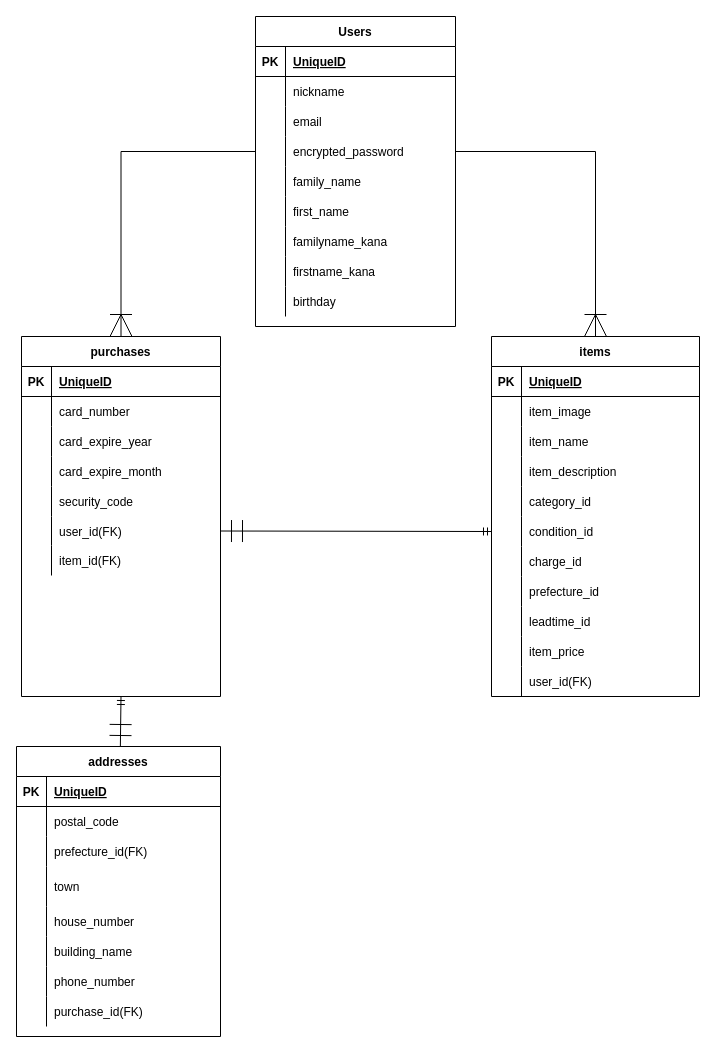
Earlier version of the draw.io diagram furima.dio (yukarikariri/furima-36097). Source tidied: cells renumbered, new cells numbered last; positions are measured from the earlier drawing's top-left corner, leaving out a move shared by most shapes. Both pictures are drawn from the tidied source at 100%, with x=0, y=0 at pixel (16, 16).
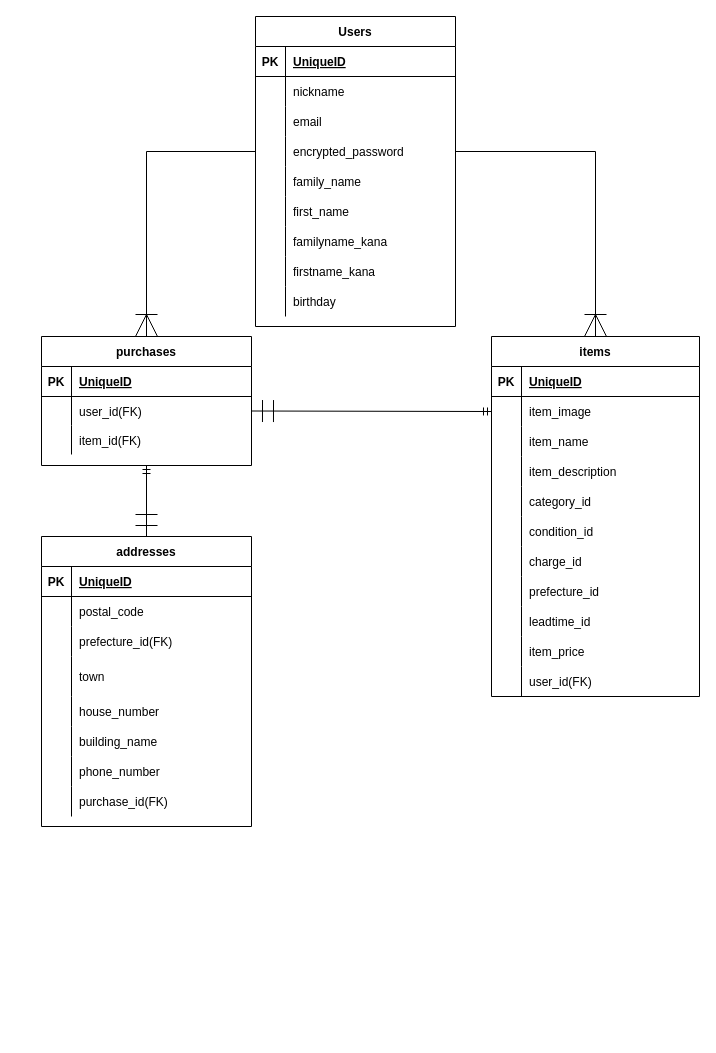
The same page after the edit.

Commit message (it also covers changes not shown here):
データベース設計の指摘修正

Unchanged cells that the change refers to:
```xml
<mxCell id="34" style="shape=partialRectangle;fillColor=none;top=0;left=0;bottom=0;right=0;points=[[0,0.5],[1,0.5]];portConstraint=eastwest;" parent="30" vertex="1">
  <mxGeometry y="60" width="208" height="30" as="geometry" />
</mxCell>
<mxCell id="46" style="shape=partialRectangle;fillColor=none;top=0;left=0;bottom=0;right=0;points=[[0,0.5],[1,0.5]];portConstraint=eastwest;" parent="30" vertex="1">
  <mxGeometry y="180" width="208" height="30" as="geometry" />
</mxCell>
```

Change to the diagram source:
```diff
@@
     <mxCell id="64" value="addresses" style="shape=table;startSize=30;childLayout=tableLayout;rowLines=0;fontStyle=1;align=center;" parent="1" vertex="1">
-      <mxGeometry y="730" width="204" height="290" as="geometry" />
+      <mxGeometry x="25" y="520" width="210" height="290" as="geometry" />
     </mxCell>
     <mxCell id="65" style="shape=partialRectangle;fillColor=none;top=0;left=0;bottom=1;right=0;" parent="64" vertex="1">
-      <mxGeometry y="30" width="204" height="30" as="geometry" />
+      <mxGeometry y="30" width="210" height="30" as="geometry" />
     </mxCell>
@@
     <mxCell id="67" value="UniqueID" style="shape=partialRectangle;fillColor=none;top=0;left=0;bottom=0;right=0;align=left;spacingLeft=6;fontStyle=5;overflow=hidden;" parent="65" vertex="1">
-      <mxGeometry x="30" width="174" height="30" as="geometry" />
+      <mxGeometry x="30" width="180" height="30" as="geometry" />
     </mxCell>
     <mxCell id="68" style="shape=partialRectangle;fillColor=none;top=0;left=0;bottom=0;right=0;" parent="64" vertex="1">
-      <mxGeometry y="60" width="204" height="30" as="geometry" />
+      <mxGeometry y="60" width="210" height="30" as="geometry" />
     </mxCell>
@@
     <mxCell id="70" value="postal_code" style="shape=partialRectangle;fillColor=none;top=0;left=0;bottom=0;right=0;align=left;spacingLeft=6;overflow=hidden;" parent="68" vertex="1">
-      <mxGeometry x="30" width="174" height="30" as="geometry" />
+      <mxGeometry x="30" width="180" height="30" as="geometry" />
     </mxCell>
     <mxCell id="71" style="shape=partialRectangle;fillColor=none;top=0;left=0;bottom=0;right=0;" parent="64" vertex="1">
-      <mxGeometry y="90" width="204" height="30" as="geometry" />
+      <mxGeometry y="90" width="210" height="30" as="geometry" />
     </mxCell>
@@
     <mxCell id="73" value="prefecture_id(FK)" style="shape=partialRectangle;fillColor=none;top=0;left=0;bottom=0;right=0;align=left;spacingLeft=6;overflow=hidden;" parent="71" vertex="1">
-      <mxGeometry x="30" width="174" height="30" as="geometry" />
+      <mxGeometry x="30" width="180" height="30" as="geometry" />
     </mxCell>
     <mxCell id="74" style="shape=partialRectangle;fillColor=none;top=0;left=0;bottom=0;right=0;" parent="64" vertex="1">
-      <mxGeometry y="120" width="204" height="40" as="geometry" />
+      <mxGeometry y="120" width="210" height="40" as="geometry" />
     </mxCell>
@@
     <mxCell id="76" value="town" style="shape=partialRectangle;fillColor=none;top=0;left=0;bottom=0;right=0;align=left;spacingLeft=6;overflow=hidden;" parent="74" vertex="1">
-      <mxGeometry x="30" width="174" height="40" as="geometry" />
+      <mxGeometry x="30" width="180" height="40" as="geometry" />
     </mxCell>
     <mxCell id="77" style="shape=partialRectangle;fillColor=none;top=0;left=0;bottom=0;right=0;" parent="64" vertex="1">
-      <mxGeometry y="160" width="204" height="30" as="geometry" />
+      <mxGeometry y="160" width="210" height="30" as="geometry" />
     </mxCell>
@@
     <mxCell id="79" value="house_number" style="shape=partialRectangle;fillColor=none;top=0;left=0;bottom=0;right=0;align=left;spacingLeft=6;overflow=hidden;" parent="77" vertex="1">
-      <mxGeometry x="30" width="174" height="30" as="geometry" />
+      <mxGeometry x="30" width="180" height="30" as="geometry" />
     </mxCell>
     <mxCell id="80" style="shape=partialRectangle;fillColor=none;top=0;left=0;bottom=0;right=0;" parent="64" vertex="1">
-      <mxGeometry y="190" width="204" height="30" as="geometry" />
+      <mxGeometry y="190" width="210" height="30" as="geometry" />
     </mxCell>
@@
     <mxCell id="82" value="building_name" style="shape=partialRectangle;fillColor=none;top=0;left=0;bottom=0;right=0;align=left;spacingLeft=6;overflow=hidden;" parent="80" vertex="1">
-      <mxGeometry x="30" width="174" height="30" as="geometry" />
+      <mxGeometry x="30" width="180" height="30" as="geometry" />
     </mxCell>
     <mxCell id="83" style="shape=partialRectangle;fillColor=none;top=0;left=0;bottom=0;right=0;" parent="64" vertex="1">
-      <mxGeometry y="220" width="204" height="30" as="geometry" />
+      <mxGeometry y="220" width="210" height="30" as="geometry" />
     </mxCell>
@@
     <mxCell id="85" value="phone_number" style="shape=partialRectangle;fillColor=none;top=0;left=0;bottom=0;right=0;align=left;spacingLeft=6;overflow=hidden;" parent="83" vertex="1">
-      <mxGeometry x="30" width="174" height="30" as="geometry" />
+      <mxGeometry x="30" width="180" height="30" as="geometry" />
     </mxCell>
     <mxCell id="86" style="shape=partialRectangle;fillColor=none;top=0;left=0;bottom=0;right=0;" parent="64" vertex="1">
-      <mxGeometry y="250" width="204" height="30" as="geometry" />
+      <mxGeometry y="250" width="210" height="30" as="geometry" />
     </mxCell>
@@
     <mxCell id="88" value="purchase_id(FK)" style="shape=partialRectangle;fillColor=none;top=0;left=0;bottom=0;right=0;align=left;spacingLeft=6;overflow=hidden;" parent="86" vertex="1">
-      <mxGeometry x="30" width="174" height="30" as="geometry" />
+      <mxGeometry x="30" width="180" height="30" as="geometry" />
     </mxCell>
@@
-    <mxCell id="90" style="fontSize=12;html=1;endArrow=ERmandOne;startArrow=ERmandOne;endSize=20;entryX=1;entryY=0.5;entryDx=0;entryDy=0;rounded=0;exitX=0;exitY=0.5;exitDx=0;exitDy=0;" parent="1" edge="1" source="46" target="108">
+    <mxCell id="90" style="fontSize=12;html=1;endArrow=ERmandOne;startArrow=ERmandOne;endSize=20;entryX=1;entryY=0.5;entryDx=0;entryDy=0;rounded=0;exitX=0;exitY=0.5;exitDx=0;exitDy=0;" parent="1" edge="1" source="34" target="108">
       <mxGeometry relative="1" as="geometry" />
     </mxCell>
@@
     <mxCell id="92" value="purchases" style="shape=table;startSize=30;childLayout=tableLayout;rowLines=0;fontStyle=1;align=center;" parent="1" vertex="1">
-      <mxGeometry x="5" y="320" width="199" height="360" as="geometry" />
+      <mxGeometry x="25" y="320" width="210" height="129" as="geometry" />
     </mxCell>
     <mxCell id="93" style="shape=partialRectangle;fillColor=none;top=0;left=0;bottom=1;right=0;" parent="92" vertex="1">
-      <mxGeometry y="30" width="199" height="30" as="geometry" />
+      <mxGeometry y="30" width="210" height="30" as="geometry" />
     </mxCell>
@@
     <mxCell id="95" value="UniqueID" style="shape=partialRectangle;fillColor=none;top=0;left=0;bottom=0;right=0;align=left;spacingLeft=6;fontStyle=5;overflow=hidden;" parent="93" vertex="1">
-      <mxGeometry x="30" width="169" height="30" as="geometry" />
+      <mxGeometry x="30" width="180" height="30" as="geometry" />
     </mxCell>
-    <mxCell id="96" style="shape=partialRectangle;fillColor=none;top=0;left=0;bottom=0;right=0;" parent="92" vertex="1">
-      <mxGeometry y="60" width="199" height="30" as="geometry" />
-    </mxCell>
-    <mxCell id="97" style="shape=partialRectangle;fillColor=none;top=0;left=0;bottom=0;right=0;overflow=hidden;" parent="96" vertex="1">
-      <mxGeometry width="30" height="30" as="geometry" />
-    </mxCell>
-    <mxCell id="98" value="card_number" style="shape=partialRectangle;fillColor=none;top=0;left=0;bottom=0;right=0;align=left;spacingLeft=6;overflow=hidden;" parent="96" vertex="1">
-      <mxGeometry x="30" width="169" height="30" as="geometry" />
-    </mxCell>
-    <mxCell id="99" style="shape=partialRectangle;fillColor=none;top=0;left=0;bottom=0;right=0;" parent="92" vertex="1">
-      <mxGeometry y="90" width="199" height="30" as="geometry" />
-    </mxCell>
-    <mxCell id="100" style="shape=partialRectangle;fillColor=none;top=0;left=0;bottom=0;right=0;overflow=hidden;" parent="99" vertex="1">
-      <mxGeometry width="30" height="30" as="geometry" />
-    </mxCell>
-    <mxCell id="101" value="card_expire_year" style="shape=partialRectangle;fillColor=none;top=0;left=0;bottom=0;right=0;align=left;spacingLeft=6;overflow=hidden;" parent="99" vertex="1">
-      <mxGeometry x="30" width="169" height="30" as="geometry" />
-    </mxCell>
-    <mxCell id="102" style="shape=partialRectangle;fillColor=none;top=0;left=0;bottom=0;right=0;" parent="92" vertex="1">
-      <mxGeometry y="120" width="199" height="30" as="geometry" />
-    </mxCell>
-    <mxCell id="103" style="shape=partialRectangle;fillColor=none;top=0;left=0;bottom=0;right=0;overflow=hidden;" parent="102" vertex="1">
-      <mxGeometry width="30" height="30" as="geometry" />
-    </mxCell>
-    <mxCell id="104" value="card_expire_month" style="shape=partialRectangle;fillColor=none;top=0;left=0;bottom=0;right=0;align=left;spacingLeft=6;overflow=hidden;" parent="102" vertex="1">
-      <mxGeometry x="30" width="169" height="30" as="geometry" />
-    </mxCell>
-    <mxCell id="105" style="shape=partialRectangle;fillColor=none;top=0;left=0;bottom=0;right=0;" parent="92" vertex="1">
-      <mxGeometry y="150" width="199" height="30" as="geometry" />
-    </mxCell>
-    <mxCell id="106" style="shape=partialRectangle;fillColor=none;top=0;left=0;bottom=0;right=0;overflow=hidden;" parent="105" vertex="1">
-      <mxGeometry width="30" height="30" as="geometry" />
-    </mxCell>
-    <mxCell id="107" value="security_code" style="shape=partialRectangle;fillColor=none;top=0;left=0;bottom=0;right=0;align=left;spacingLeft=6;overflow=hidden;" parent="105" vertex="1">
-      <mxGeometry x="30" width="169" height="30" as="geometry" />
-    </mxCell>
     <mxCell id="108" style="shape=partialRectangle;fillColor=none;top=0;left=0;bottom=0;right=0;points=[[0,0.5],[1,0.5]];portConstraint=eastwest;" parent="92" vertex="1">
-      <mxGeometry y="180" width="199" height="29" as="geometry" />
+      <mxGeometry y="60" width="210" height="29" as="geometry" />
     </mxCell>
@@
     <mxCell id="110" value="user_id(FK)" style="shape=partialRectangle;fillColor=none;top=0;left=0;bottom=0;right=0;align=left;spacingLeft=6;overflow=hidden;" parent="108" vertex="1">
-      <mxGeometry x="30" width="169" height="29" as="geometry" />
+      <mxGeometry x="30" width="180" height="29" as="geometry" />
     </mxCell>
-    <mxCell id="111" style="shape=partialRectangle;fillColor=none;top=0;left=0;bottom=0;right=0;" parent="92" vertex="1">
-      <mxGeometry y="209" width="199" height="30" as="geometry" />
-    </mxCell>
-    <mxCell id="112" style="shape=partialRectangle;fillColor=none;top=0;left=0;bottom=0;right=0;overflow=hidden;" parent="111" vertex="1">
-      <mxGeometry width="30" height="30" as="geometry" />
-    </mxCell>
+    <mxCell id="115" style="shape=partialRectangle;fillColor=none;top=0;left=0;bottom=0;right=0;" parent="92" vertex="1">
+      <mxGeometry y="89" width="210" height="29" as="geometry" />
+    </mxCell>
+    <mxCell id="116" style="shape=partialRectangle;fillColor=none;top=0;left=0;bottom=0;right=0;overflow=hidden;" parent="115" vertex="1">
+      <mxGeometry width="30" height="29" as="geometry" />
+    </mxCell>
-    <mxCell id="113" value="item_id(FK)" style="shape=partialRectangle;fillColor=none;top=0;left=0;bottom=0;right=0;align=left;spacingLeft=6;overflow=hidden;" parent="111" vertex="1">
-      <mxGeometry x="30" width="169" height="30" as="geometry" />
+    <mxCell id="113" value="item_id(FK)" style="shape=partialRectangle;fillColor=none;top=0;left=0;bottom=0;right=0;align=left;spacingLeft=6;overflow=hidden;" parent="115" vertex="1">
+      <mxGeometry x="30" width="180" height="29" as="geometry" />
     </mxCell>
```
